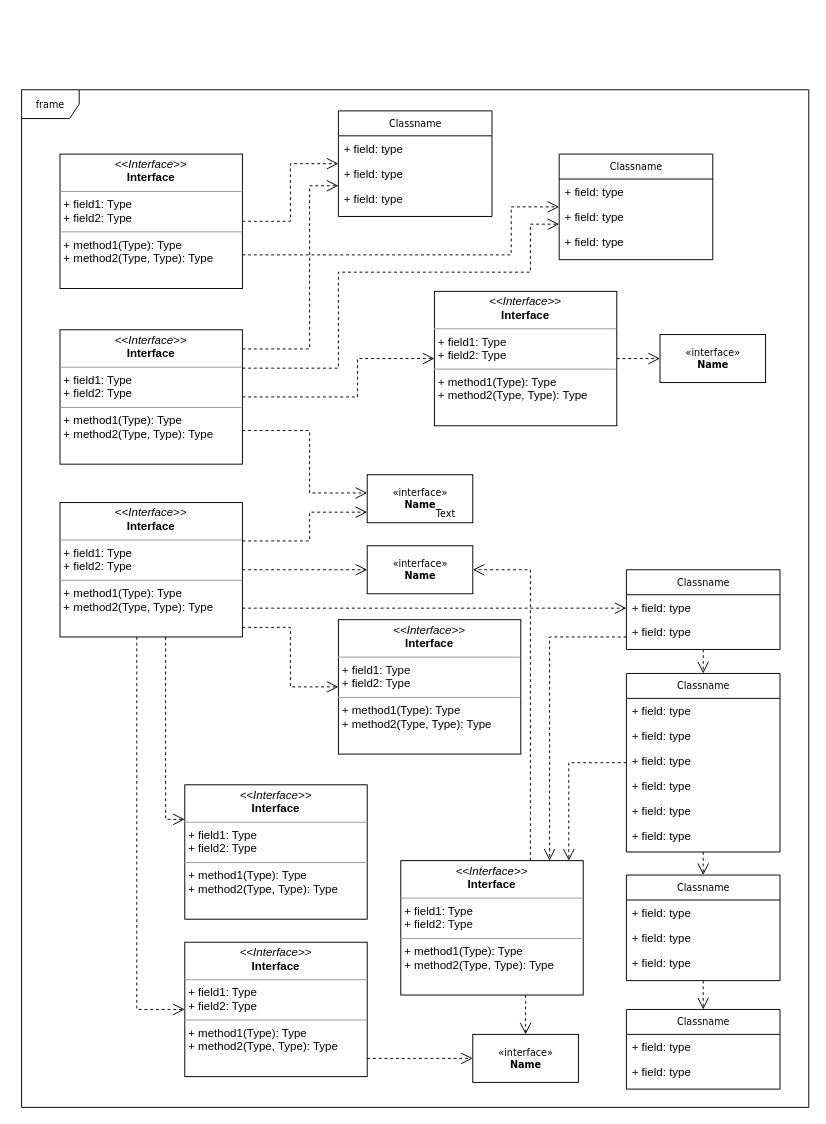
Above: Diagrama sem nome.drawio in mykaelifernandes/biblioteca (draw.io), before the change. Source tidied: cells renumbered, new cells numbered last; positions are measured from the earlier drawing's top-left corner, leaving out a move shared by most shapes. Both pictures are drawn from the tidied source at 96%, with x=0, y=0 at pixel (21, 89).
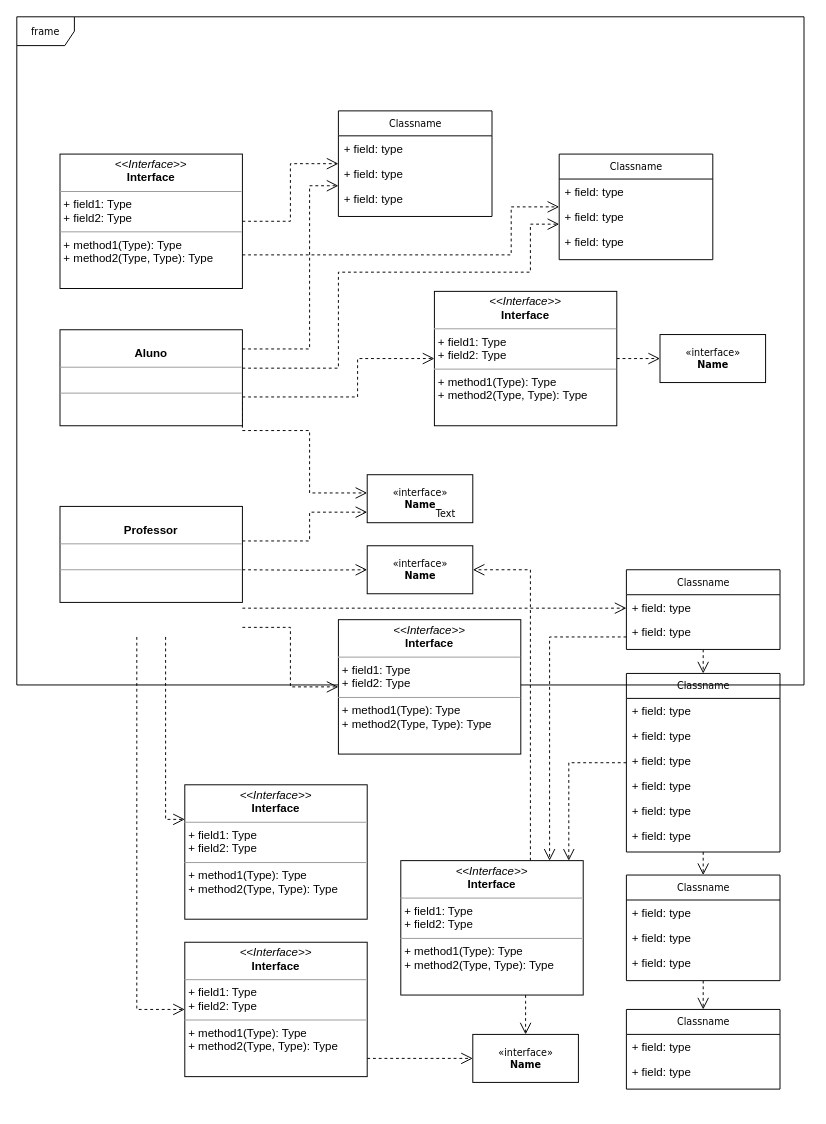
The same page after the edit.

The change refers to these unchanged cells:
```xml
<mxCell id="29" value="Classname" style="swimlane;html=1;fontStyle=0;horizontal=1;startSize=26;fillColor=none;swimlaneFillColor=#ffffff;rounded=0;shadow=0;comic=0;labelBackgroundColor=none;strokeWidth=1;fontFamily=Verdana;fontSize=10;align=center;" parent="1" vertex="1">
  <mxGeometry x="630" y="500" width="160" height="83" as="geometry" />
</mxCell>
<mxCell id="36" value="&lt;p style=&quot;margin:0px;margin-top:4px;text-align:center;&quot;&gt;&lt;i&gt;&amp;lt;&amp;lt;Interface&amp;gt;&amp;gt;&lt;/i&gt;&lt;br/&gt;&lt;b&gt;Interface&lt;/b&gt;&lt;/p&gt;&lt;hr size=&quot;1&quot;/&gt;&lt;p style=&quot;margin:0px;margin-left:4px;&quot;&gt;+ field1: Type&lt;br/&gt;+ field2: Type&lt;/p&gt;&lt;hr size=&quot;1&quot;/&gt;&lt;p style=&quot;margin:0px;margin-left:4px;&quot;&gt;+ method1(Type): Type&lt;br/&gt;+ method2(Type, Type): Type&lt;/p&gt;" style="verticalAlign=top;align=left;overflow=fill;fontSize=12;fontFamily=Helvetica;html=1;rounded=0;shadow=0;comic=0;labelBackgroundColor=none;strokeWidth=1;" parent="1" vertex="1">
  <mxGeometry x="330" y="552" width="190" height="140" as="geometry" />
</mxCell>
<mxCell id="38" value="&lt;p style=&quot;margin:0px;margin-top:4px;text-align:center;&quot;&gt;&lt;i&gt;&amp;lt;&amp;lt;Interface&amp;gt;&amp;gt;&lt;/i&gt;&lt;br/&gt;&lt;b&gt;Interface&lt;/b&gt;&lt;/p&gt;&lt;hr size=&quot;1&quot;/&gt;&lt;p style=&quot;margin:0px;margin-left:4px;&quot;&gt;+ field1: Type&lt;br/&gt;+ field2: Type&lt;/p&gt;&lt;hr size=&quot;1&quot;/&gt;&lt;p style=&quot;margin:0px;margin-left:4px;&quot;&gt;+ method1(Type): Type&lt;br/&gt;+ method2(Type, Type): Type&lt;/p&gt;" style="verticalAlign=top;align=left;overflow=fill;fontSize=12;fontFamily=Helvetica;html=1;rounded=0;shadow=0;comic=0;labelBackgroundColor=none;strokeWidth=1;" parent="1" vertex="1">
  <mxGeometry x="170" y="888" width="190" height="140" as="geometry" />
</mxCell>
<mxCell id="39" value="&lt;p style=&quot;margin:0px;margin-top:4px;text-align:center;&quot;&gt;&lt;i&gt;&amp;lt;&amp;lt;Interface&amp;gt;&amp;gt;&lt;/i&gt;&lt;br/&gt;&lt;b&gt;Interface&lt;/b&gt;&lt;/p&gt;&lt;hr size=&quot;1&quot;/&gt;&lt;p style=&quot;margin:0px;margin-left:4px;&quot;&gt;+ field1: Type&lt;br/&gt;+ field2: Type&lt;/p&gt;&lt;hr size=&quot;1&quot;/&gt;&lt;p style=&quot;margin:0px;margin-left:4px;&quot;&gt;+ method1(Type): Type&lt;br/&gt;+ method2(Type, Type): Type&lt;/p&gt;" style="verticalAlign=top;align=left;overflow=fill;fontSize=12;fontFamily=Helvetica;html=1;rounded=0;shadow=0;comic=0;labelBackgroundColor=none;strokeWidth=1;" parent="1" vertex="1">
  <mxGeometry x="170" y="724" width="190" height="140" as="geometry" />
</mxCell>
<mxCell id="40" value="&amp;laquo;interface&amp;raquo;&lt;br&gt;&lt;b&gt;Name&lt;/b&gt;" style="html=1;rounded=0;shadow=0;comic=0;labelBackgroundColor=none;strokeWidth=1;fontFamily=Verdana;fontSize=10;align=center;" parent="1" vertex="1">
  <mxGeometry x="360" y="475" width="110" height="50" as="geometry" />
</mxCell>
<mxCell id="41" value="&amp;laquo;interface&amp;raquo;&lt;br&gt;&lt;b&gt;Name&lt;/b&gt;" style="html=1;rounded=0;shadow=0;comic=0;labelBackgroundColor=none;strokeWidth=1;fontFamily=Verdana;fontSize=10;align=center;" parent="1" vertex="1">
  <mxGeometry x="360" y="401" width="110" height="50" as="geometry" />
</mxCell>
```

What changed in the source:
```diff
@@
     <mxCell id="2" value="frame" style="shape=umlFrame;whiteSpace=wrap;html=1;rounded=0;shadow=0;comic=0;labelBackgroundColor=none;strokeWidth=1;fontFamily=Verdana;fontSize=10;align=center;" parent="1" vertex="1">
-      <mxGeometry width="820" height="1060" as="geometry" />
+      <mxGeometry x="-5" y="-76" width="820" height="696" as="geometry" />
     </mxCell>
@@
-    <mxCell id="53" value="&lt;p style=&quot;margin:0px;margin-top:4px;text-align:center;&quot;&gt;&lt;i&gt;&amp;lt;&amp;lt;Interface&amp;gt;&amp;gt;&lt;/i&gt;&lt;br/&gt;&lt;b&gt;Interface&lt;/b&gt;&lt;/p&gt;&lt;hr size=&quot;1&quot;/&gt;&lt;p style=&quot;margin:0px;margin-left:4px;&quot;&gt;+ field1: Type&lt;br/&gt;+ field2: Type&lt;/p&gt;&lt;hr size=&quot;1&quot;/&gt;&lt;p style=&quot;margin:0px;margin-left:4px;&quot;&gt;+ method1(Type): Type&lt;br/&gt;+ method2(Type, Type): Type&lt;/p&gt;" style="verticalAlign=top;align=left;overflow=fill;fontSize=12;fontFamily=Helvetica;html=1;rounded=0;shadow=0;comic=0;labelBackgroundColor=none;strokeWidth=1;" parent="1" vertex="1">
-      <mxGeometry x="40" y="250" width="190" height="140" as="geometry" />
+    <mxCell id="53" value="&lt;p style=&quot;margin:0px;margin-top:4px;text-align:center;&quot;&gt;&lt;br&gt;&lt;b&gt;Aluno&lt;/b&gt;&lt;/p&gt;&lt;hr size=&quot;1&quot;&gt;&lt;p style=&quot;margin:0px;margin-left:4px;&quot;&gt;&lt;br&gt;&lt;/p&gt;&lt;hr size=&quot;1&quot;&gt;&lt;p style=&quot;margin:0px;margin-left:4px;&quot;&gt;&lt;br&gt;&lt;/p&gt;" style="verticalAlign=top;align=left;overflow=fill;fontSize=12;fontFamily=Helvetica;html=1;rounded=0;shadow=0;comic=0;labelBackgroundColor=none;strokeWidth=1;" parent="1" vertex="1">
+      <mxGeometry x="40" y="250" width="190" height="100" as="geometry" />
     </mxCell>
-    <mxCell id="54" style="edgeStyle=orthogonalEdgeStyle;rounded=0;html=1;dashed=1;labelBackgroundColor=none;startFill=0;endArrow=open;endFill=0;endSize=10;fontFamily=Verdana;fontSize=10;" parent="1" edge="1" source="60" target="41">
+    <mxCell id="54" style="edgeStyle=orthogonalEdgeStyle;rounded=0;html=1;dashed=1;labelBackgroundColor=none;startFill=0;endArrow=open;endFill=0;endSize=10;fontFamily=Verdana;fontSize=10;" parent="1" edge="1" target="41">
       <mxGeometry relative="1" as="geometry">
+        <mxPoint x="230" y="470" as="sourcePoint" />
         <Array as="points">
           <mxPoint x="300" y="470" />
           <mxPoint x="300" y="440" />
         </Array>
       </mxGeometry>
     </mxCell>
-    <mxCell id="55" style="edgeStyle=orthogonalEdgeStyle;rounded=0;html=1;dashed=1;labelBackgroundColor=none;startFill=0;endArrow=open;endFill=0;endSize=10;fontFamily=Verdana;fontSize=10;" parent="1" edge="1" source="60" target="40">
-      <mxGeometry relative="1" as="geometry" />
+    <mxCell id="55" style="edgeStyle=orthogonalEdgeStyle;rounded=0;html=1;dashed=1;labelBackgroundColor=none;startFill=0;endArrow=open;endFill=0;endSize=10;fontFamily=Verdana;fontSize=10;" parent="1" edge="1" target="40">
+      <mxGeometry relative="1" as="geometry">
+        <mxPoint x="230" y="500" as="sourcePoint" />
+      </mxGeometry>
     </mxCell>
-    <mxCell id="56" style="edgeStyle=orthogonalEdgeStyle;rounded=0;html=1;dashed=1;labelBackgroundColor=none;startFill=0;endArrow=open;endFill=0;endSize=10;fontFamily=Verdana;fontSize=10;" parent="1" edge="1" source="60" target="36">
+    <mxCell id="56" style="edgeStyle=orthogonalEdgeStyle;rounded=0;html=1;dashed=1;labelBackgroundColor=none;startFill=0;endArrow=open;endFill=0;endSize=10;fontFamily=Verdana;fontSize=10;" parent="1" edge="1" target="36">
       <mxGeometry relative="1" as="geometry">
+        <mxPoint x="230" y="560" as="sourcePoint" />
         <Array as="points">
           <mxPoint x="280" y="560" />
           <mxPoint x="280" y="622" />
         </Array>
       </mxGeometry>
     </mxCell>
-    <mxCell id="57" style="edgeStyle=orthogonalEdgeStyle;rounded=0;html=1;dashed=1;labelBackgroundColor=none;startFill=0;endArrow=open;endFill=0;endSize=10;fontFamily=Verdana;fontSize=10;" parent="1" edge="1" source="60" target="29">
+    <mxCell id="57" style="edgeStyle=orthogonalEdgeStyle;rounded=0;html=1;dashed=1;labelBackgroundColor=none;startFill=0;endArrow=open;endFill=0;endSize=10;fontFamily=Verdana;fontSize=10;" parent="1" edge="1" target="29">
       <mxGeometry relative="1" as="geometry">
+        <mxPoint x="230" y="540" as="sourcePoint" />
         <Array as="points">
           <mxPoint x="330" y="540" />
           <mxPoint x="330" y="540" />
         </Array>
       </mxGeometry>
     </mxCell>
-    <mxCell id="58" style="edgeStyle=orthogonalEdgeStyle;rounded=0;html=1;dashed=1;labelBackgroundColor=none;startFill=0;endArrow=open;endFill=0;endSize=10;fontFamily=Verdana;fontSize=10;" parent="1" edge="1" source="60" target="39">
+    <mxCell id="58" style="edgeStyle=orthogonalEdgeStyle;rounded=0;html=1;dashed=1;labelBackgroundColor=none;startFill=0;endArrow=open;endFill=0;endSize=10;fontFamily=Verdana;fontSize=10;" parent="1" edge="1" target="39">
       <mxGeometry relative="1" as="geometry">
+        <mxPoint x="150" y="570" as="sourcePoint" />
         <Array as="points">
           <mxPoint x="150" y="760" />
         </Array>
       </mxGeometry>
     </mxCell>
-    <mxCell id="59" style="edgeStyle=orthogonalEdgeStyle;rounded=0;html=1;dashed=1;labelBackgroundColor=none;startFill=0;endArrow=open;endFill=0;endSize=10;fontFamily=Verdana;fontSize=10;" parent="1" edge="1" source="60" target="38">
+    <mxCell id="59" style="edgeStyle=orthogonalEdgeStyle;rounded=0;html=1;dashed=1;labelBackgroundColor=none;startFill=0;endArrow=open;endFill=0;endSize=10;fontFamily=Verdana;fontSize=10;" parent="1" edge="1" target="38">
       <mxGeometry relative="1" as="geometry">
+        <mxPoint x="120" y="570" as="sourcePoint" />
         <Array as="points">
           <mxPoint x="120" y="958" />
         </Array>
       </mxGeometry>
     </mxCell>
-    <mxCell id="60" value="&lt;p style=&quot;margin:0px;margin-top:4px;text-align:center;&quot;&gt;&lt;i&gt;&amp;lt;&amp;lt;Interface&amp;gt;&amp;gt;&lt;/i&gt;&lt;br/&gt;&lt;b&gt;Interface&lt;/b&gt;&lt;/p&gt;&lt;hr size=&quot;1&quot;/&gt;&lt;p style=&quot;margin:0px;margin-left:4px;&quot;&gt;+ field1: Type&lt;br/&gt;+ field2: Type&lt;/p&gt;&lt;hr size=&quot;1&quot;/&gt;&lt;p style=&quot;margin:0px;margin-left:4px;&quot;&gt;+ method1(Type): Type&lt;br/&gt;+ method2(Type, Type): Type&lt;/p&gt;" style="verticalAlign=top;align=left;overflow=fill;fontSize=12;fontFamily=Helvetica;html=1;rounded=0;shadow=0;comic=0;labelBackgroundColor=none;strokeWidth=1;" parent="1" vertex="1">
-      <mxGeometry x="40" y="430" width="190" height="140" as="geometry" />
-    </mxCell>
@@
+    <mxCell id="62" value="&lt;p style=&quot;margin:0px;margin-top:4px;text-align:center;&quot;&gt;&lt;br&gt;&lt;b&gt;Professor&lt;/b&gt;&lt;/p&gt;&lt;hr size=&quot;1&quot;&gt;&lt;p style=&quot;margin:0px;margin-left:4px;&quot;&gt;&lt;br&gt;&lt;/p&gt;&lt;hr size=&quot;1&quot;&gt;&lt;p style=&quot;margin:0px;margin-left:4px;&quot;&gt;&lt;br&gt;&lt;/p&gt;" style="verticalAlign=top;align=left;overflow=fill;fontSize=12;fontFamily=Helvetica;html=1;rounded=0;shadow=0;comic=0;labelBackgroundColor=none;strokeWidth=1;" parent="1" vertex="1">
+      <mxGeometry x="40" y="434" width="190" height="100" as="geometry" />
+    </mxCell>
```
